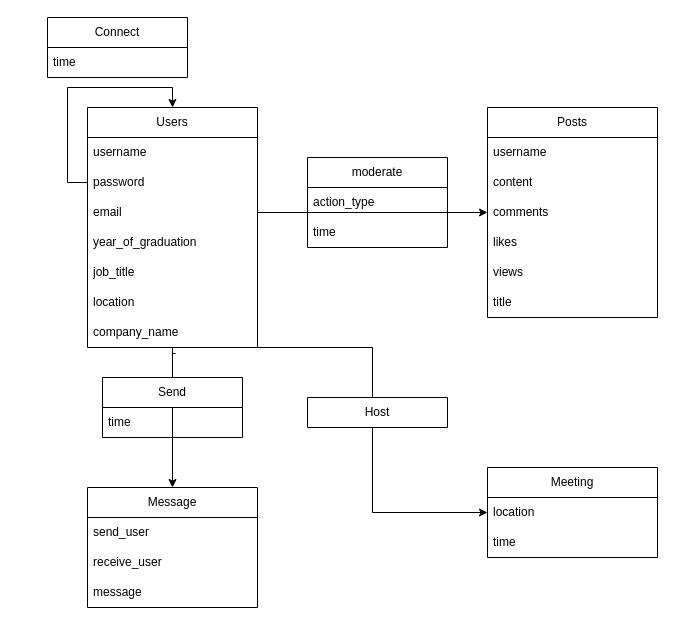
Racso777/miniproject3_nosql keeps this draw.io diagram as Database_Design.drawio. Above is the earlier version. Source tidied: cells renumbered, new cells numbered last; positions are measured from the earlier drawing's top-left corner, leaving out a move shared by most shapes. Both pictures are drawn from the tidied source at 100%, with x=0, y=0 at pixel (47, 17).
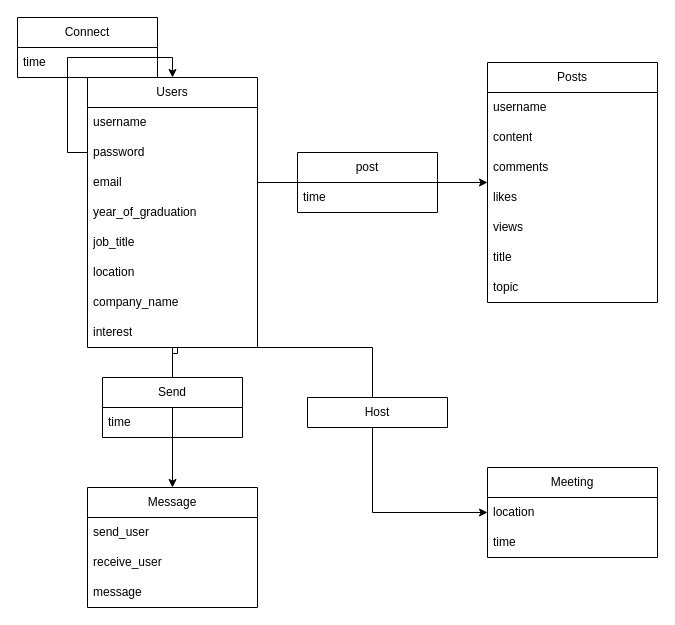
The same page after the edit.

The change refers to these unchanged cells:
```xml
<mxCell id="11" value="company_name" style="text;strokeColor=none;fillColor=none;align=left;verticalAlign=middle;spacingLeft=4;spacingRight=4;overflow=hidden;points=[[0,0.5],[1,0.5]];portConstraint=eastwest;whiteSpace=wrap;html=1;" parent="3" vertex="1">
  <mxGeometry y="210" width="170" height="30" as="geometry" />
</mxCell>
```

Change to the diagram source:
```diff
@@
     <mxCell id="3" value="Users" style="swimlane;fontStyle=0;horizontal=1;startSize=30;whiteSpace=wrap;html=1;" parent="1" vertex="1">
-      <mxGeometry x="40" y="90" width="170" height="240" as="geometry" />
+      <mxGeometry x="40" y="60" width="170" height="270" as="geometry" />
     </mxCell>
@@
+    <mxCell id="36" value="interest" style="text;strokeColor=none;fillColor=none;align=left;verticalAlign=middle;spacingLeft=4;spacingRight=4;overflow=hidden;whiteSpace=wrap;html=1;" parent="3" vertex="1">
+      <mxGeometry y="240" width="170" height="30" as="geometry" />
+    </mxCell>
@@
     <mxCell id="16" value="Posts" style="swimlane;fontStyle=0;horizontal=1;startSize=30;whiteSpace=wrap;html=1;" parent="1" vertex="1">
-      <mxGeometry x="440" y="90" width="170" height="210" as="geometry" />
+      <mxGeometry x="440" y="45" width="170" height="240" as="geometry" />
     </mxCell>
@@
+    <mxCell id="37" value="topic" style="text;strokeColor=none;fillColor=none;align=left;verticalAlign=middle;spacingLeft=4;spacingRight=4;overflow=hidden;whiteSpace=wrap;html=1;" parent="16" vertex="1">
+      <mxGeometry y="210" width="170" height="30" as="geometry" />
+    </mxCell>
@@
-    <mxCell id="29" value="moderate" style="swimlane;fontStyle=0;horizontal=1;startSize=30;whiteSpace=wrap;html=1;" parent="1" vertex="1">
-      <mxGeometry x="260" y="140" width="140" height="90" as="geometry" />
+    <mxCell id="29" value="post" style="swimlane;fontStyle=0;horizontal=1;startSize=30;whiteSpace=wrap;html=1;" parent="1" vertex="1">
+      <mxGeometry x="250" y="135" width="140" height="60" as="geometry" />
     </mxCell>
-    <mxCell id="30" value="action_type" style="text;strokeColor=none;fillColor=none;align=left;verticalAlign=middle;spacingLeft=4;spacingRight=4;overflow=hidden;whiteSpace=wrap;html=1;" parent="29" vertex="1">
-      <mxGeometry y="30" width="140" height="30" as="geometry" />
-    </mxCell>
     <mxCell id="31" value="time" style="text;strokeColor=none;fillColor=none;align=left;verticalAlign=middle;spacingLeft=4;spacingRight=4;overflow=hidden;whiteSpace=wrap;html=1;" parent="29" vertex="1">
-      <mxGeometry y="60" width="140" height="30" as="geometry" />
+      <mxGeometry y="30" width="140" height="30" as="geometry" />
     </mxCell>
     <mxCell id="32" value="Connect" style="swimlane;fontStyle=0;horizontal=1;startSize=30;whiteSpace=wrap;html=1;" parent="1" vertex="1">
-      <mxGeometry width="140" height="60" as="geometry" />
+      <mxGeometry x="-30" width="140" height="60" as="geometry" />
     </mxCell>
@@
-    <mxCell id="34" style="edgeStyle=orthogonalEdgeStyle;rounded=0;jettySize=auto;html=1;exitX=0.518;exitY=1.2;exitDx=0;exitDy=0;exitPerimeter=0;" parent="1" edge="1" source="11">
+    <mxCell id="34" style="edgeStyle=orthogonalEdgeStyle;rounded=0;orthogonalLoop=1;jettySize=auto;html=1;" parent="1" edge="1">
       <mxGeometry relative="1" as="geometry">
+        <mxPoint x="130" y="330" as="sourcePoint" />
         <mxPoint x="440" y="495" as="targetPoint" />
         <Array as="points">
           <mxPoint x="125" y="336" />
           <mxPoint x="125" y="330" />
           <mxPoint x="325" y="330" />
           <mxPoint x="325" y="495" />
         </Array>
       </mxGeometry>
     </mxCell>
```
